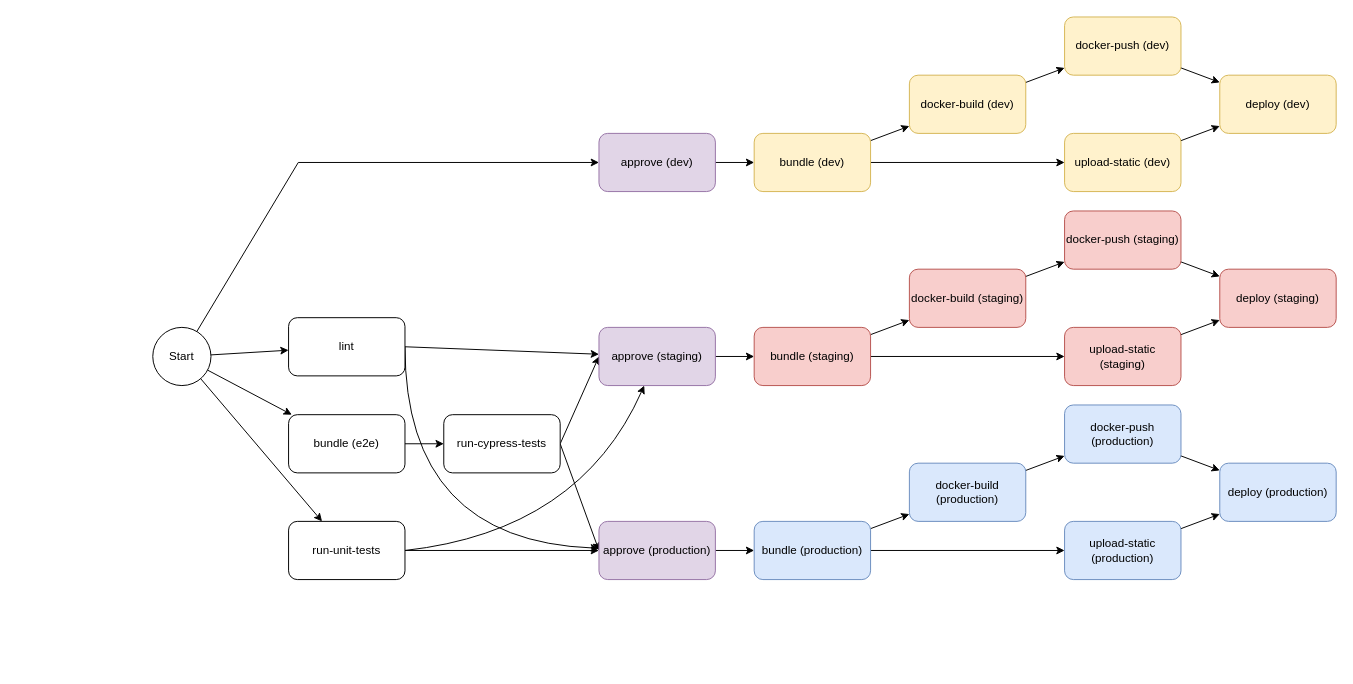
Earlier version of the draw.io diagram page "BundledEnvs" (1 of 2) of WebappCircleCI.drawio (harnyk/shit). Source tidied: cells renumbered, new cells numbered last; positions are measured from the earlier drawing's top-left corner, leaving out a move shared by most shapes. Both pictures are drawn from the tidied source at 97%, with x=0, y=0 at pixel (152, 16).
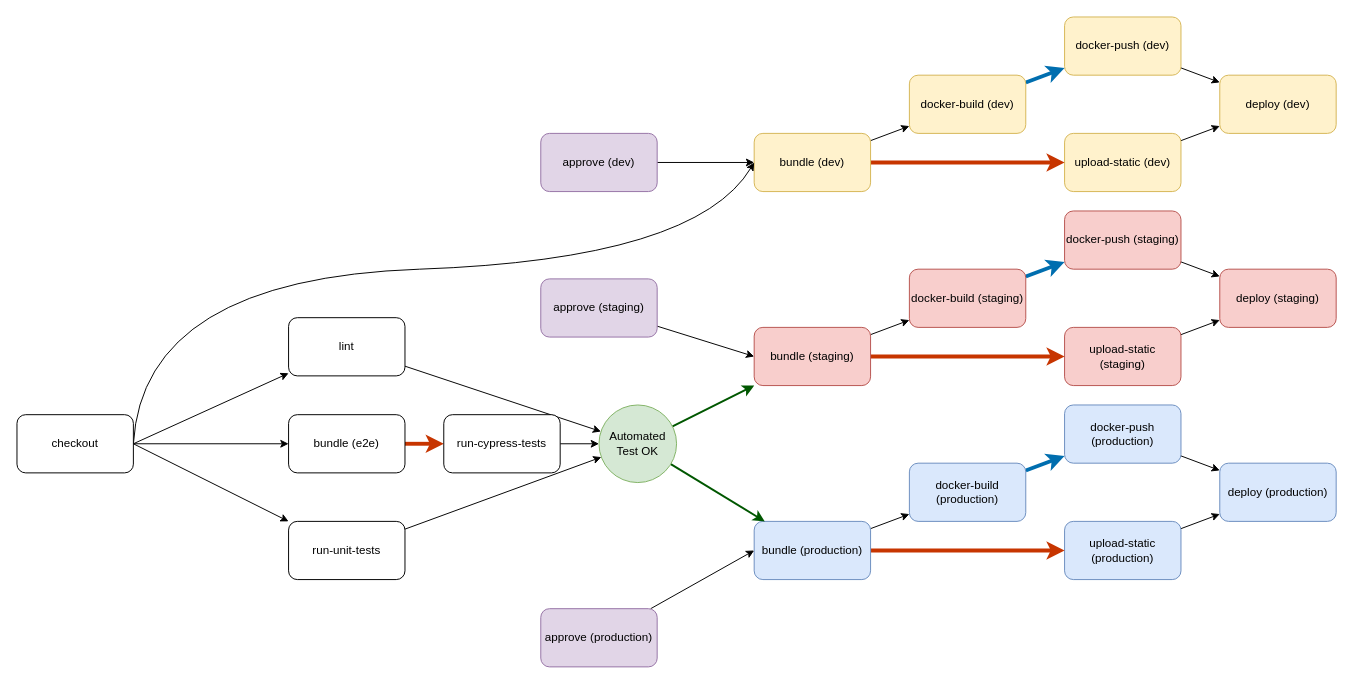
The same diagram, later.

The change refers to these unchanged cells:
```xml
<mxCell id="4" value="docker-push (dev)" style="rounded=1;whiteSpace=wrap;html=1;fillColor=#fff2cc;strokeColor=#d6b656;" parent="1" vertex="1">
  <mxGeometry x="940" width="120" height="60" as="geometry" />
</mxCell>
<mxCell id="6" value="upload-static (dev)" style="rounded=1;whiteSpace=wrap;html=1;fillColor=#fff2cc;strokeColor=#d6b656;" parent="1" vertex="1">
  <mxGeometry x="940" y="120" width="120" height="60" as="geometry" />
</mxCell>
<mxCell id="8" value="docker-build (dev)" style="rounded=1;whiteSpace=wrap;html=1;fillColor=#fff2cc;strokeColor=#d6b656;" parent="1" vertex="1">
  <mxGeometry x="780" y="60" width="120" height="60" as="geometry" />
</mxCell>
<mxCell id="11" value="bundle (dev)" style="rounded=1;whiteSpace=wrap;html=1;fillColor=#fff2cc;strokeColor=#d6b656;" parent="1" vertex="1">
  <mxGeometry x="620" y="120" width="120" height="60" as="geometry" />
</mxCell>
<mxCell id="21" value="lint" style="rounded=1;whiteSpace=wrap;html=1;" parent="1" vertex="1">
  <mxGeometry x="140" y="310" width="120" height="60" as="geometry" />
</mxCell>
<mxCell id="23" value="bundle (e2e)" style="rounded=1;whiteSpace=wrap;html=1;" parent="1" vertex="1">
  <mxGeometry x="140" y="410" width="120" height="60" as="geometry" />
</mxCell>
<mxCell id="26" value="run-cypress-tests" style="rounded=1;whiteSpace=wrap;html=1;" parent="1" vertex="1">
  <mxGeometry x="300" y="410" width="120" height="60" as="geometry" />
</mxCell>
<mxCell id="29" value="run-unit-tests" style="rounded=1;whiteSpace=wrap;html=1;" parent="1" vertex="1">
  <mxGeometry x="140" y="520" width="120" height="60" as="geometry" />
</mxCell>
<mxCell id="32" value="docker-push (staging)" style="rounded=1;whiteSpace=wrap;html=1;fillColor=#f8cecc;strokeColor=#b85450;" parent="1" vertex="1">
  <mxGeometry x="940" y="200" width="120" height="60" as="geometry" />
</mxCell>
<mxCell id="34" value="upload-static (staging)" style="rounded=1;whiteSpace=wrap;html=1;fillColor=#f8cecc;strokeColor=#b85450;" parent="1" vertex="1">
  <mxGeometry x="940" y="320" width="120" height="60" as="geometry" />
</mxCell>
<mxCell id="36" value="docker-build (staging)" style="rounded=1;whiteSpace=wrap;html=1;fillColor=#f8cecc;strokeColor=#b85450;" parent="1" vertex="1">
  <mxGeometry x="780" y="260" width="120" height="60" as="geometry" />
</mxCell>
<mxCell id="39" value="bundle (staging)" style="rounded=1;whiteSpace=wrap;html=1;fillColor=#f8cecc;strokeColor=#b85450;" parent="1" vertex="1">
  <mxGeometry x="620" y="320" width="120" height="60" as="geometry" />
</mxCell>
<mxCell id="44" value="docker-push (production)" style="rounded=1;whiteSpace=wrap;html=1;fillColor=#dae8fc;strokeColor=#6c8ebf;" parent="1" vertex="1">
  <mxGeometry x="940" y="400" width="120" height="60" as="geometry" />
</mxCell>
<mxCell id="46" value="upload-static (production)" style="rounded=1;whiteSpace=wrap;html=1;fillColor=#dae8fc;strokeColor=#6c8ebf;" parent="1" vertex="1">
  <mxGeometry x="940" y="520" width="120" height="60" as="geometry" />
</mxCell>
<mxCell id="48" value="docker-build (production)" style="rounded=1;whiteSpace=wrap;html=1;fillColor=#dae8fc;strokeColor=#6c8ebf;" parent="1" vertex="1">
  <mxGeometry x="780" y="460" width="120" height="60" as="geometry" />
</mxCell>
<mxCell id="51" value="bundle (production)" style="rounded=1;whiteSpace=wrap;html=1;fillColor=#dae8fc;strokeColor=#6c8ebf;" parent="1" vertex="1">
  <mxGeometry x="620" y="520" width="120" height="60" as="geometry" />
</mxCell>
```

What changed in the source:
```diff
@@
-    <mxCell id="7" style="edgeStyle=none;rounded=0;jettySize=auto;html=1;strokeColor=default;" parent="1" edge="1" source="8" target="4">
+    <mxCell id="7" style="edgeStyle=none;rounded=1;jettySize=auto;html=1;strokeColor=#006EAF;fillColor=#1ba1e2;strokeWidth=4;" parent="1" edge="1" source="8" target="4">
       <mxGeometry relative="1" as="geometry" />
     </mxCell>
@@
-    <mxCell id="10" style="edgeStyle=none;rounded=0;jettySize=auto;html=1;strokeColor=default;" parent="1" edge="1" source="11" target="6">
+    <mxCell id="10" style="edgeStyle=none;rounded=1;jettySize=auto;html=1;strokeColor=#C73500;fillColor=#fa6800;strokeWidth=4;" parent="1" edge="1" source="11" target="6">
       <mxGeometry relative="1" as="geometry" />
     </mxCell>
@@
     <mxCell id="13" value="approve (dev)" style="rounded=1;whiteSpace=wrap;html=1;fillColor=#e1d5e7;strokeColor=#9673a6;" parent="1" vertex="1">
-      <mxGeometry x="460" y="120" width="120" height="60" as="geometry" />
+      <mxGeometry x="400" y="120" width="120" height="60" as="geometry" />
     </mxCell>
-    <mxCell id="14" style="edgeStyle=none;rounded=0;jettySize=auto;html=1;strokeColor=default;" parent="1" edge="1" source="18" target="21">
+    <mxCell id="14" style="edgeStyle=none;rounded=0;jettySize=auto;html=1;strokeColor=default;exitX=1;exitY=0.5;exitDx=0;exitDy=0;" parent="1" edge="1" source="58" target="21">
       <mxGeometry relative="1" as="geometry" />
     </mxCell>
-    <mxCell id="15" style="edgeStyle=none;rounded=0;jettySize=auto;html=1;strokeColor=default;" parent="1" edge="1" source="18" target="23">
+    <mxCell id="15" style="edgeStyle=none;rounded=0;jettySize=auto;html=1;strokeColor=default;exitX=1;exitY=0.5;exitDx=0;exitDy=0;" parent="1" edge="1" source="58" target="23">
       <mxGeometry relative="1" as="geometry" />
     </mxCell>
-    <mxCell id="16" style="edgeStyle=none;rounded=0;jettySize=auto;html=1;strokeColor=default;" parent="1" edge="1" source="18" target="29">
+    <mxCell id="16" style="edgeStyle=none;rounded=0;jettySize=auto;html=1;strokeColor=default;exitX=1;exitY=0.5;exitDx=0;exitDy=0;" parent="1" edge="1" source="58" target="29">
       <mxGeometry relative="1" as="geometry" />
     </mxCell>
-    <mxCell id="17" style="edgeStyle=none;rounded=0;jettySize=auto;html=1;strokeColor=default;" parent="1" edge="1" source="18" target="13">
-      <mxGeometry relative="1" as="geometry">
-        <Array as="points">
-          <mxPoint x="150" y="150" />
-        </Array>
-      </mxGeometry>
-    </mxCell>
-    <mxCell id="18" value="Start" style="ellipse;whiteSpace=wrap;html=1;" parent="1" vertex="1">
-      <mxGeometry y="320" width="60" height="60" as="geometry" />
-    </mxCell>
-    <mxCell id="19" style="edgeStyle=none;rounded=0;jettySize=auto;html=1;strokeColor=default;exitX=1;exitY=0.5;exitDx=0;exitDy=0;" parent="1" edge="1" source="21" target="41">
-      <mxGeometry relative="1" as="geometry" />
-    </mxCell>
-    <mxCell id="20" style="edgeStyle=none;jettySize=auto;html=1;strokeColor=default;exitX=1;exitY=0.5;exitDx=0;exitDy=0;curved=1;" parent="1" edge="1" source="21" target="53">
-      <mxGeometry relative="1" as="geometry">
-        <Array as="points">
-          <mxPoint x="260" y="540" />
-        </Array>
-      </mxGeometry>
-    </mxCell>
+    <mxCell id="54" style="edgeStyle=none;rounded=1;jettySize=auto;html=1;strokeColor=default;strokeWidth=1;" parent="1" edge="1" source="21" target="61">
+      <mxGeometry relative="1" as="geometry" />
+    </mxCell>
@@
-    <mxCell id="22" style="edgeStyle=none;rounded=0;jettySize=auto;html=1;strokeColor=default;" parent="1" edge="1" source="23" target="26">
+    <mxCell id="22" style="edgeStyle=none;rounded=1;jettySize=auto;html=1;strokeColor=#C73500;fillColor=#fa6800;strokeWidth=4;" parent="1" edge="1" source="23" target="26">
       <mxGeometry relative="1" as="geometry" />
     </mxCell>
@@
-    <mxCell id="24" style="edgeStyle=none;rounded=0;jettySize=auto;html=1;strokeColor=default;exitX=1;exitY=0.5;exitDx=0;exitDy=0;entryX=0;entryY=0.5;entryDx=0;entryDy=0;" parent="1" edge="1" source="26" target="41">
-      <mxGeometry relative="1" as="geometry" />
-    </mxCell>
-    <mxCell id="25" style="edgeStyle=none;rounded=0;jettySize=auto;html=1;strokeColor=default;exitX=1;exitY=0.5;exitDx=0;exitDy=0;entryX=0;entryY=0.5;entryDx=0;entryDy=0;" parent="1" edge="1" source="26" target="53">
-      <mxGeometry relative="1" as="geometry" />
-    </mxCell>
+    <mxCell id="55" style="edgeStyle=none;rounded=1;jettySize=auto;html=1;strokeColor=default;strokeWidth=1;" parent="1" edge="1" source="26" target="61">
+      <mxGeometry relative="1" as="geometry" />
+    </mxCell>
@@
-    <mxCell id="27" style="edgeStyle=none;jettySize=auto;html=1;strokeColor=default;exitX=1;exitY=0.5;exitDx=0;exitDy=0;curved=1;" parent="1" edge="1" source="29" target="41">
-      <mxGeometry relative="1" as="geometry">
-        <Array as="points">
-          <mxPoint x="440" y="530" />
-        </Array>
-      </mxGeometry>
-    </mxCell>
-    <mxCell id="28" style="edgeStyle=none;rounded=0;jettySize=auto;html=1;strokeColor=default;exitX=1;exitY=0.5;exitDx=0;exitDy=0;" parent="1" edge="1" source="29" target="53">
-      <mxGeometry relative="1" as="geometry" />
-    </mxCell>
+    <mxCell id="56" style="edgeStyle=none;rounded=1;jettySize=auto;html=1;strokeColor=default;strokeWidth=1;" parent="1" edge="1" source="29" target="61">
+      <mxGeometry relative="1" as="geometry" />
+    </mxCell>
@@
-    <mxCell id="35" style="edgeStyle=none;rounded=0;jettySize=auto;html=1;strokeColor=default;" parent="1" edge="1" source="36" target="32">
+    <mxCell id="35" style="edgeStyle=none;rounded=1;jettySize=auto;html=1;strokeColor=#006EAF;fillColor=#1ba1e2;strokeWidth=4;" parent="1" edge="1" source="36" target="32">
       <mxGeometry relative="1" as="geometry" />
     </mxCell>
@@
-    <mxCell id="38" style="edgeStyle=none;rounded=0;jettySize=auto;html=1;strokeColor=default;" parent="1" edge="1" source="39" target="34">
+    <mxCell id="38" style="edgeStyle=none;rounded=1;jettySize=auto;html=1;strokeColor=#C73500;fillColor=#fa6800;strokeWidth=4;" parent="1" edge="1" source="39" target="34">
       <mxGeometry relative="1" as="geometry" />
     </mxCell>
@@
-    <mxCell id="40" style="edgeStyle=none;rounded=0;jettySize=auto;html=1;strokeColor=default;" parent="1" edge="1" source="41" target="39">
+    <mxCell id="40" style="edgeStyle=none;rounded=0;jettySize=auto;html=1;strokeColor=default;entryX=0;entryY=0.5;entryDx=0;entryDy=0;" parent="1" edge="1" source="41" target="39">
       <mxGeometry relative="1" as="geometry" />
     </mxCell>
     <mxCell id="41" value="approve (staging)" style="rounded=1;whiteSpace=wrap;html=1;fillColor=#e1d5e7;strokeColor=#9673a6;" parent="1" vertex="1">
-      <mxGeometry x="460" y="320" width="120" height="60" as="geometry" />
+      <mxGeometry x="400" y="270" width="120" height="60" as="geometry" />
     </mxCell>
@@
-    <mxCell id="47" style="edgeStyle=none;rounded=0;jettySize=auto;html=1;strokeColor=default;" parent="1" edge="1" source="48" target="44">
+    <mxCell id="47" style="edgeStyle=none;rounded=1;jettySize=auto;html=1;strokeColor=#006EAF;fillColor=#1ba1e2;strokeWidth=4;" parent="1" edge="1" source="48" target="44">
       <mxGeometry relative="1" as="geometry" />
     </mxCell>
@@
-    <mxCell id="50" style="edgeStyle=none;rounded=0;jettySize=auto;html=1;strokeColor=default;" parent="1" edge="1" source="51" target="46">
+    <mxCell id="50" style="edgeStyle=none;rounded=1;jettySize=auto;html=1;strokeColor=#C73500;fillColor=#fa6800;strokeWidth=4;" parent="1" edge="1" source="51" target="46">
       <mxGeometry relative="1" as="geometry" />
     </mxCell>
@@
-    <mxCell id="52" style="edgeStyle=none;rounded=0;jettySize=auto;html=1;strokeColor=default;" parent="1" edge="1" source="53" target="51">
+    <mxCell id="52" style="edgeStyle=none;rounded=0;jettySize=auto;html=1;strokeColor=default;entryX=0;entryY=0.5;entryDx=0;entryDy=0;" parent="1" edge="1" source="53" target="51">
       <mxGeometry relative="1" as="geometry" />
     </mxCell>
     <mxCell id="53" value="approve (production)" style="rounded=1;whiteSpace=wrap;html=1;fillColor=#e1d5e7;strokeColor=#9673a6;" parent="1" vertex="1">
-      <mxGeometry x="460" y="520" width="120" height="60" as="geometry" />
+      <mxGeometry x="400" y="610" width="120" height="60" as="geometry" />
     </mxCell>
+    <mxCell id="57" style="edgeStyle=none;curved=1;jettySize=auto;html=1;entryX=0;entryY=0.5;entryDx=0;entryDy=0;strokeColor=default;exitX=1;exitY=0.5;exitDx=0;exitDy=0;" parent="1" edge="1" source="58" target="11">
+      <mxGeometry relative="1" as="geometry">
+        <Array as="points">
+          <mxPoint x="-10" y="270" />
+          <mxPoint x="560" y="250" />
+        </Array>
+      </mxGeometry>
+    </mxCell>
+    <mxCell id="58" value="checkout" style="rounded=1;whiteSpace=wrap;html=1;" parent="1" vertex="1">
+      <mxGeometry x="-140" y="410" width="120" height="60" as="geometry" />
+    </mxCell>
+    <mxCell id="59" style="edgeStyle=none;rounded=1;jettySize=auto;html=1;strokeColor=#005700;strokeWidth=2;fillColor=#008a00;" parent="1" edge="1" source="61" target="39">
+      <mxGeometry relative="1" as="geometry" />
+    </mxCell>
+    <mxCell id="60" style="edgeStyle=none;rounded=1;jettySize=auto;html=1;strokeColor=#005700;strokeWidth=2;fillColor=#008a00;" parent="1" edge="1" source="61" target="51">
+      <mxGeometry relative="1" as="geometry" />
+    </mxCell>
+    <mxCell id="61" value="Automated Test OK" style="ellipse;whiteSpace=wrap;html=1;fillColor=#d5e8d4;strokeColor=#82b366;" parent="1" vertex="1">
+      <mxGeometry x="460" y="400" width="80" height="80" as="geometry" />
+    </mxCell>
```
